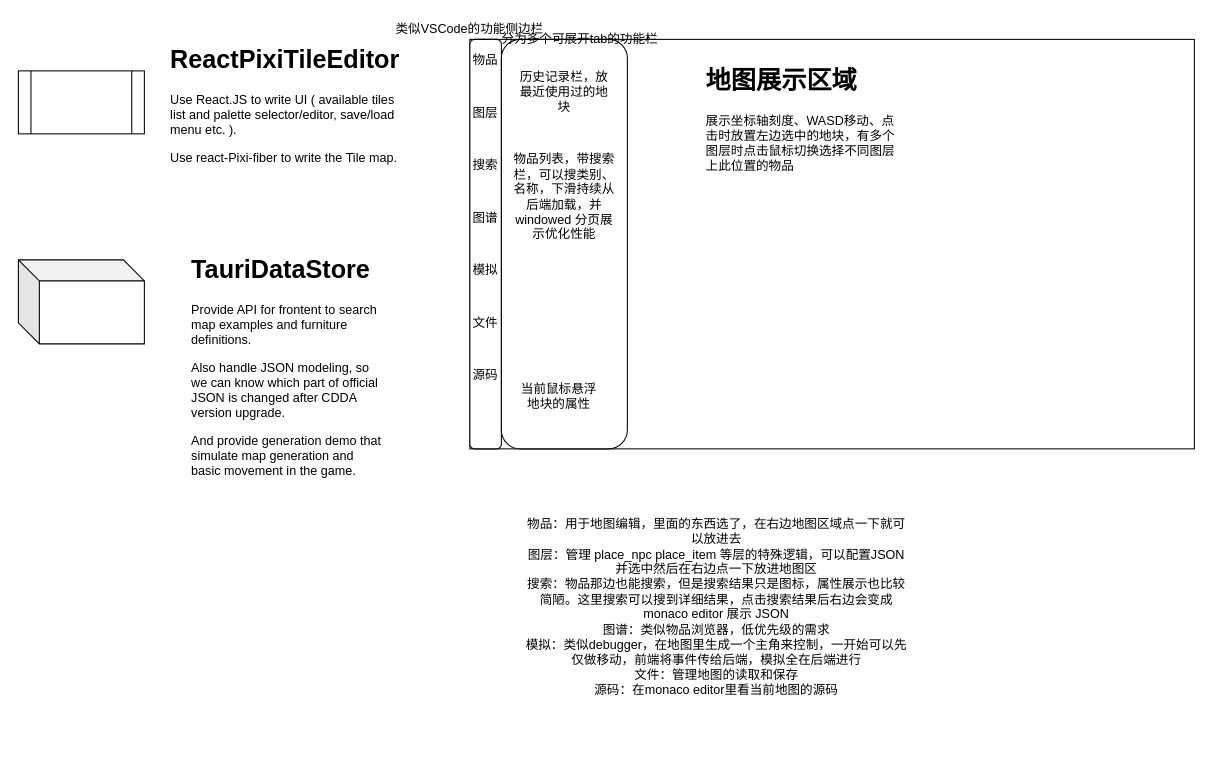
Before: docs/diagrams/DDA-product-prototype.drawio in linonetwo/DarkDaysArch, a draw.io diagram. Source tidied: cells renumbered, new cells numbered last; positions are measured from the earlier drawing's top-left corner, leaving out a move shared by most shapes. Both pictures are drawn from the tidied source at 105%, with x=0, y=0 at pixel (18, 18).
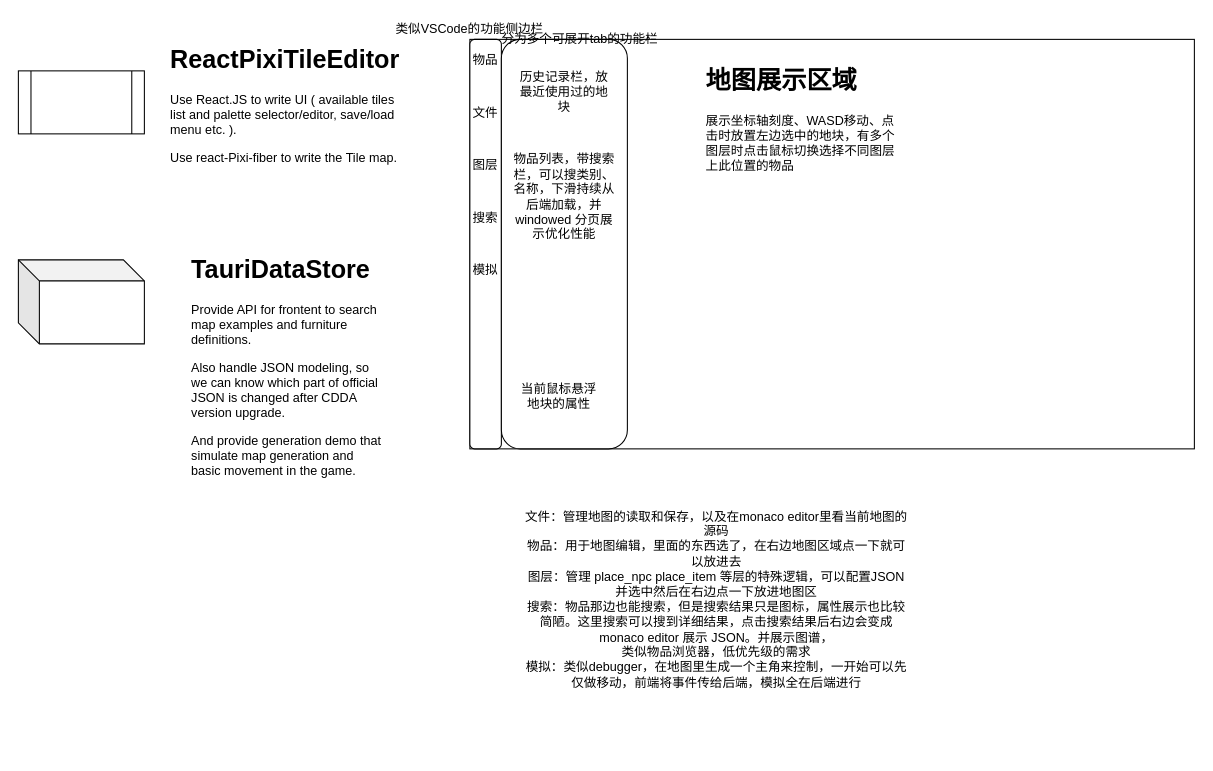
The same page after the edit.

Diff of the diagram source:
```diff
@@
     <mxCell id="14" value="图层" style="text;html=1;strokeColor=none;fillColor=none;align=center;verticalAlign=middle;whiteSpace=wrap;rounded=0;" parent="1" vertex="1">
-      <mxGeometry x="425" y="80" width="40" height="20" as="geometry" />
+      <mxGeometry x="425" y="130" width="40" height="20" as="geometry" />
     </mxCell>
     <mxCell id="15" value="搜索" style="text;html=1;strokeColor=none;fillColor=none;align=center;verticalAlign=middle;whiteSpace=wrap;rounded=0;" parent="1" vertex="1">
-      <mxGeometry x="425" y="130" width="40" height="20" as="geometry" />
+      <mxGeometry x="425" y="180" width="40" height="20" as="geometry" />
     </mxCell>
@@
-    <mxCell id="18" value="图谱" style="text;html=1;strokeColor=none;fillColor=none;align=center;verticalAlign=middle;whiteSpace=wrap;rounded=0;" parent="1" vertex="1">
-      <mxGeometry x="425" y="180" width="40" height="20" as="geometry" />
-    </mxCell>
@@
     <mxCell id="20" value="文件" style="text;html=1;strokeColor=none;fillColor=none;align=center;verticalAlign=middle;whiteSpace=wrap;rounded=0;" parent="1" vertex="1">
-      <mxGeometry x="425" y="280" width="40" height="20" as="geometry" />
+      <mxGeometry x="425" y="80" width="40" height="20" as="geometry" />
     </mxCell>
-    <mxCell id="21" value="&lt;div&gt;物品：用于地图编辑，里面的东西选了，在右边地图区域点一下就可以放进去&lt;/div&gt;&lt;div&gt;图层：管理 place_npc place_item 等层的特殊逻辑，可以配置JSON并选中然后在右边点一下放进地图区&lt;/div&gt;&lt;div&gt;搜索：物品那边也能搜索，但是搜索结果只是图标，属性展示也比较简陋。这里搜索可以搜到详细结果，点击搜索结果后右边会变成monaco editor 展示 JSON&lt;/div&gt;&lt;div&gt;图谱：类似物品浏览器，低优先级的需求&lt;/div&gt;&lt;div&gt;模拟：类似debugger，在地图里生成一个主角来控制，一开始可以先仅做移动，前端将事件传给后端，模拟全在后端进行&lt;/div&gt;&lt;div&gt;文件：管理地图的读取和保存&lt;/div&gt;&lt;div&gt;源码：在monaco editor里看当前地图的源码&lt;br&gt;&lt;/div&gt;&lt;div&gt;&lt;br&gt;&lt;/div&gt;&lt;div&gt;&lt;br&gt;&lt;/div&gt;" style="text;html=1;strokeColor=none;fillColor=none;align=center;verticalAlign=middle;whiteSpace=wrap;rounded=0;" parent="1" vertex="1">
+    <mxCell id="21" value="&lt;div&gt;文件：管理地图的读取和保存，以及在monaco editor里看当前地图的源码&lt;br&gt;&lt;/div&gt;&lt;div&gt;物品：用于地图编辑，里面的东西选了，在右边地图区域点一下就可以放进去&lt;/div&gt;&lt;div&gt;图层：管理 place_npc place_item 等层的特殊逻辑，可以配置JSON并选中然后在右边点一下放进地图区&lt;/div&gt;&lt;div&gt;搜索：物品那边也能搜索，但是搜索结果只是图标，属性展示也比较简陋。这里搜索可以搜到详细结果，点击搜索结果后右边会变成monaco editor 展示 JSON。并展示图谱，&lt;/div&gt;类似物品浏览器，低优先级的需求&lt;div&gt;模拟：类似debugger，在地图里生成一个主角来控制，一开始可以先仅做移动，前端将事件传给后端，模拟全在后端进行&lt;/div&gt;&lt;div&gt;&lt;br&gt;&lt;/div&gt;&lt;div&gt;&lt;br&gt;&lt;/div&gt;&lt;div&gt;&lt;br&gt;&lt;/div&gt;" style="text;html=1;strokeColor=none;fillColor=none;align=center;verticalAlign=middle;whiteSpace=wrap;rounded=0;" parent="1" vertex="1">
       <mxGeometry x="480" y="450" width="370" height="250" as="geometry" />
     </mxCell>
-    <mxCell id="22" value="源码" style="text;html=1;strokeColor=none;fillColor=none;align=center;verticalAlign=middle;whiteSpace=wrap;rounded=0;" parent="1" vertex="1">
-      <mxGeometry x="425" y="330" width="40" height="20" as="geometry" />
-    </mxCell>
```
